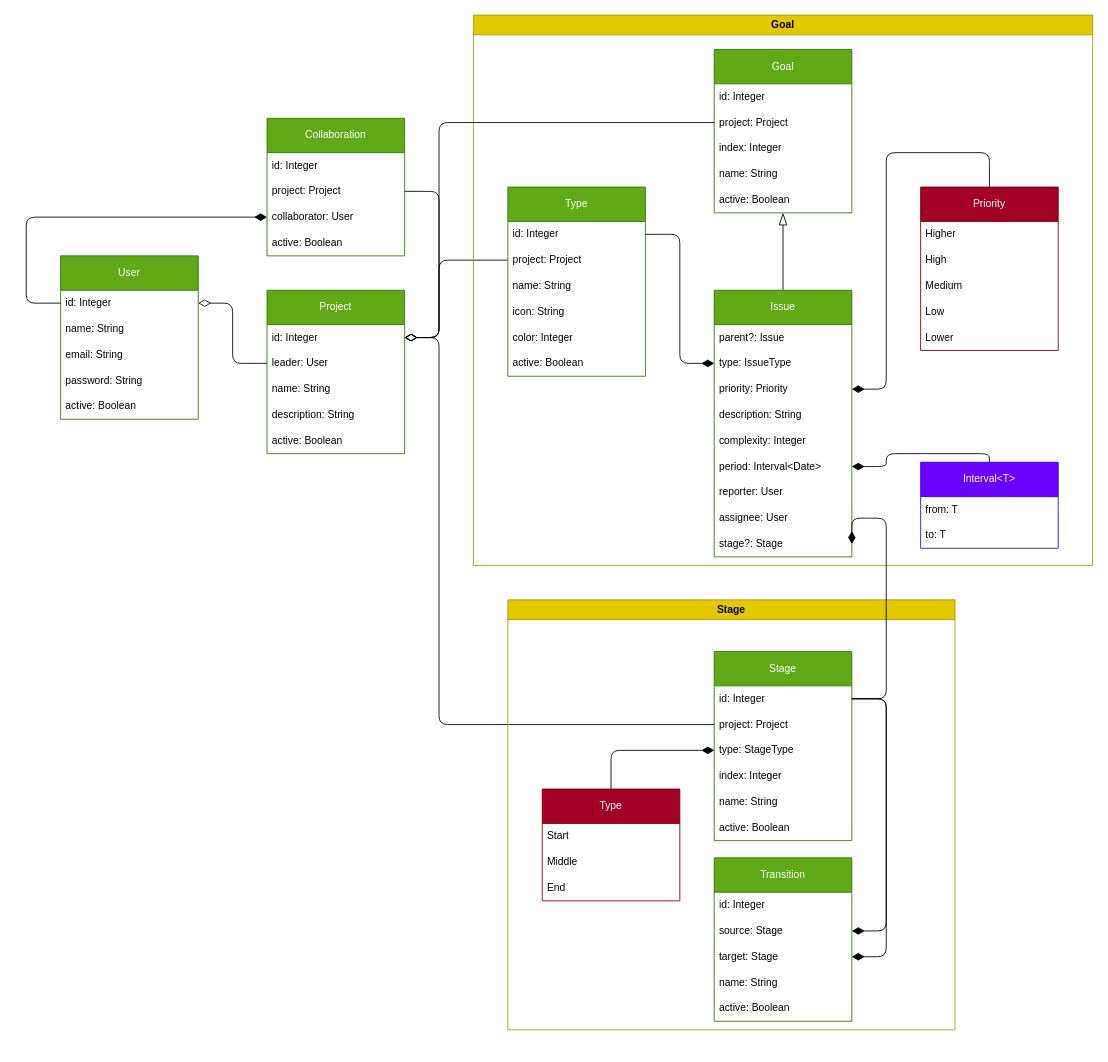
The draw.io diagram ClassDiagram.drawio in JDPT93/Tasking, before the edit. Source tidied: cells renumbered, new cells numbered last; positions are measured from the earlier drawing's top-left corner, leaving out a move shared by most shapes. Both pictures are drawn from the tidied source at 86%, with x=0, y=0 at pixel (26, 15).
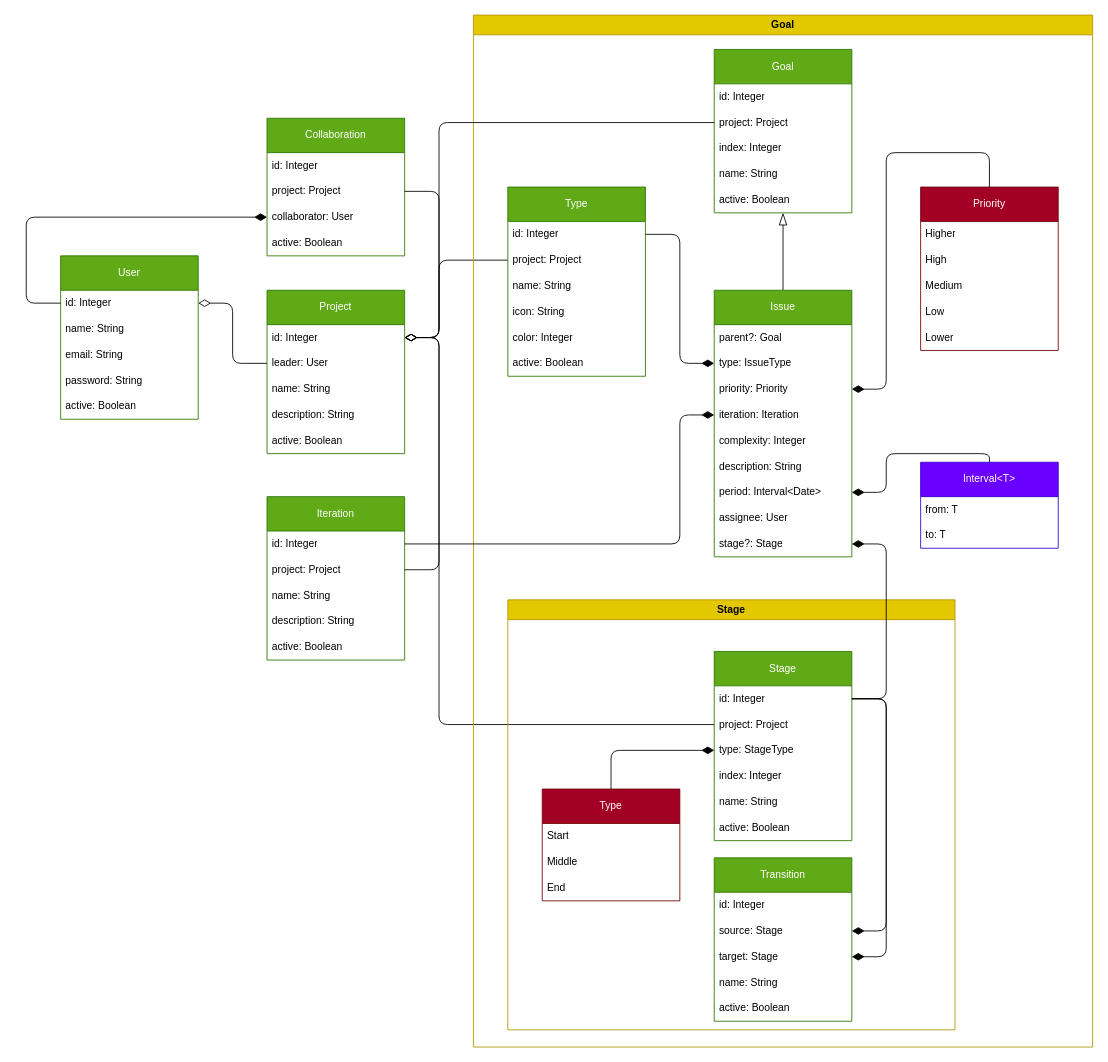
Above is the later version.

The change refers to these unchanged cells:
```xml
<mxCell id="9" value="id: Integer" style="text;strokeColor=none;fillColor=none;align=left;verticalAlign=middle;spacingLeft=4;spacingRight=4;overflow=hidden;points=[[0,0.5],[1,0.5]];portConstraint=eastwest;whiteSpace=wrap;html=1;" parent="8" vertex="1">
  <mxGeometry y="40" width="160" height="30" as="geometry" />
</mxCell>
<mxCell id="34" value="id: Integer" style="text;strokeColor=none;fillColor=none;align=left;verticalAlign=middle;spacingLeft=4;spacingRight=4;overflow=hidden;points=[[0,0.5],[1,0.5]];portConstraint=eastwest;whiteSpace=wrap;html=1;" parent="33" vertex="1">
  <mxGeometry y="40" width="160" height="30" as="geometry" />
</mxCell>
<mxCell id="53" value="Issue" style="swimlane;fontStyle=0;horizontal=1;startSize=40;whiteSpace=wrap;html=1;fillColor=#60a917;fontColor=#ffffff;strokeColor=#2D7600;" parent="31" vertex="1">
  <mxGeometry x="280" y="320" width="160" height="310" as="geometry" />
</mxCell>
<mxCell id="62" value="stage?: Stage" style="text;strokeColor=none;fillColor=none;align=left;verticalAlign=middle;spacingLeft=4;spacingRight=4;overflow=hidden;points=[[0,0.5],[1,0.5]];portConstraint=eastwest;whiteSpace=wrap;html=1;" parent="53" vertex="1">
  <mxGeometry y="280" width="160" height="30" as="geometry" />
</mxCell>
```

What changed in the source:
```diff
@@
     <mxCell id="31" value="Goal" style="swimlane;whiteSpace=wrap;html=1;fillColor=#e3c800;fontColor=#000000;strokeColor=#B09500;" parent="1" vertex="1">
-      <mxGeometry x="520" width="720" height="640" as="geometry" />
+      <mxGeometry x="520" width="720" height="1200" as="geometry" />
     </mxCell>
@@
-    <mxCell id="54" value="parent?: Issue" style="text;strokeColor=none;fillColor=none;align=left;verticalAlign=middle;spacingLeft=4;spacingRight=4;overflow=hidden;whiteSpace=wrap;html=1;" parent="53" vertex="1">
+    <mxCell id="54" value="parent?: Goal" style="text;strokeColor=none;fillColor=none;align=left;verticalAlign=middle;spacingLeft=4;spacingRight=4;overflow=hidden;whiteSpace=wrap;html=1;" parent="53" vertex="1">
       <mxGeometry y="40" width="160" height="30" as="geometry" />
     </mxCell>
@@
+    <mxCell id="84" value="iteration: Iteration" style="text;strokeColor=none;fillColor=none;align=left;verticalAlign=middle;spacingLeft=4;spacingRight=4;overflow=hidden;points=[[0,0.5],[1,0.5]];portConstraint=eastwest;whiteSpace=wrap;html=1;" parent="53" vertex="1">
+      <mxGeometry y="130" width="160" height="30" as="geometry" />
+    </mxCell>
+    <mxCell id="58" value="complexity: Integer" style="text;strokeColor=none;fillColor=none;align=left;verticalAlign=middle;spacingLeft=4;spacingRight=4;overflow=hidden;whiteSpace=wrap;html=1;" parent="53" vertex="1">
+      <mxGeometry y="160" width="160" height="30" as="geometry" />
+    </mxCell>
     <mxCell id="57" value="description: String" style="text;strokeColor=none;fillColor=none;align=left;verticalAlign=middle;spacingLeft=4;spacingRight=4;overflow=hidden;whiteSpace=wrap;html=1;" parent="53" vertex="1">
-      <mxGeometry y="130" width="160" height="30" as="geometry" />
+      <mxGeometry y="190" width="160" height="30" as="geometry" />
     </mxCell>
-    <mxCell id="58" value="complexity: Integer" style="text;strokeColor=none;fillColor=none;align=left;verticalAlign=middle;spacingLeft=4;spacingRight=4;overflow=hidden;whiteSpace=wrap;html=1;" parent="53" vertex="1">
-      <mxGeometry y="160" width="160" height="30" as="geometry" />
-    </mxCell>
     <mxCell id="59" value="period: Interval&amp;lt;Date&amp;gt;" style="text;strokeColor=none;fillColor=none;align=left;verticalAlign=middle;spacingLeft=4;spacingRight=4;overflow=hidden;points=[[0,0.5],[1,0.5]];portConstraint=eastwest;whiteSpace=wrap;html=1;" parent="53" vertex="1">
-      <mxGeometry y="190" width="160" height="30" as="geometry" />
+      <mxGeometry y="220" width="160" height="30" as="geometry" />
     </mxCell>
-    <mxCell id="60" value="reporter: User" style="text;strokeColor=none;fillColor=none;align=left;verticalAlign=middle;spacingLeft=4;spacingRight=4;overflow=hidden;whiteSpace=wrap;html=1;" parent="53" vertex="1">
-      <mxGeometry y="220" width="160" height="30" as="geometry" />
-    </mxCell>
@@
     <mxCell id="63" style="edgeStyle=orthogonalEdgeStyle;html=1;exitX=1;exitY=0.5;exitDx=0;exitDy=0;entryX=1;entryY=0.5;entryDx=0;entryDy=0;strokeWidth=1;endArrow=diamondThin;endFill=1;endSize=12;" parent="31" edge="1" source="34" target="62">
       <mxGeometry relative="1" as="geometry">
         <Array as="points">
           <mxPoint x="480" y="795" />
-          <mxPoint x="480" y="585" />
+          <mxPoint x="480" y="615" />
         </Array>
       </mxGeometry>
     </mxCell>
@@
+    <mxCell id="85" value="Iteration" style="swimlane;fontStyle=0;horizontal=1;startSize=40;whiteSpace=wrap;html=1;fillColor=#60a917;fontColor=#ffffff;strokeColor=#2D7600;" parent="1" vertex="1">
+      <mxGeometry x="280" y="560" width="160" height="190" as="geometry" />
+    </mxCell>
+    <mxCell id="86" value="id: Integer" style="text;strokeColor=none;fillColor=none;align=left;verticalAlign=middle;spacingLeft=4;spacingRight=4;overflow=hidden;points=[[0,0.5],[1,0.5]];portConstraint=eastwest;whiteSpace=wrap;html=1;" parent="85" vertex="1">
+      <mxGeometry y="40" width="160" height="30" as="geometry" />
+    </mxCell>
+    <mxCell id="87" value="project: Project" style="text;strokeColor=none;fillColor=none;align=left;verticalAlign=middle;spacingLeft=4;spacingRight=4;overflow=hidden;points=[[0,0.5],[1,0.5]];portConstraint=eastwest;whiteSpace=wrap;html=1;" parent="85" vertex="1">
+      <mxGeometry y="70" width="160" height="30" as="geometry" />
+    </mxCell>
+    <mxCell id="88" value="name: String" style="text;strokeColor=none;fillColor=none;align=left;verticalAlign=middle;spacingLeft=4;spacingRight=4;overflow=hidden;whiteSpace=wrap;html=1;" parent="85" vertex="1">
+      <mxGeometry y="100" width="160" height="30" as="geometry" />
+    </mxCell>
+    <mxCell id="89" value="description: String" style="text;strokeColor=none;fillColor=none;align=left;verticalAlign=middle;spacingLeft=4;spacingRight=4;overflow=hidden;whiteSpace=wrap;html=1;" parent="85" vertex="1">
+      <mxGeometry y="130" width="160" height="30" as="geometry" />
+    </mxCell>
+    <mxCell id="90" value="active: Boolean" style="text;strokeColor=none;fillColor=none;align=left;verticalAlign=middle;spacingLeft=4;spacingRight=4;overflow=hidden;whiteSpace=wrap;html=1;" parent="85" vertex="1">
+      <mxGeometry y="160" width="160" height="30" as="geometry" />
+    </mxCell>
+    <mxCell id="91" style="edgeStyle=orthogonalEdgeStyle;html=1;exitX=1;exitY=0.5;exitDx=0;exitDy=0;entryX=1;entryY=0.5;entryDx=0;entryDy=0;endSize=12;endArrow=diamondThin;endFill=0;" parent="1" edge="1" source="87" target="9">
+      <mxGeometry relative="1" as="geometry">
+        <Array as="points">
+          <mxPoint x="480" y="645" />
+          <mxPoint x="480" y="375" />
+        </Array>
+      </mxGeometry>
+    </mxCell>
+    <mxCell id="92" style="edgeStyle=orthogonalEdgeStyle;html=1;exitX=1;exitY=0.5;exitDx=0;exitDy=0;endArrow=diamondThin;endFill=1;endSize=12;entryX=0;entryY=0.5;entryDx=0;entryDy=0;" parent="1" edge="1" source="86" target="84">
+      <mxGeometry relative="1" as="geometry">
+        <Array as="points">
+          <mxPoint x="760" y="615" />
+          <mxPoint x="760" y="465" />
+        </Array>
+      </mxGeometry>
+    </mxCell>
```
